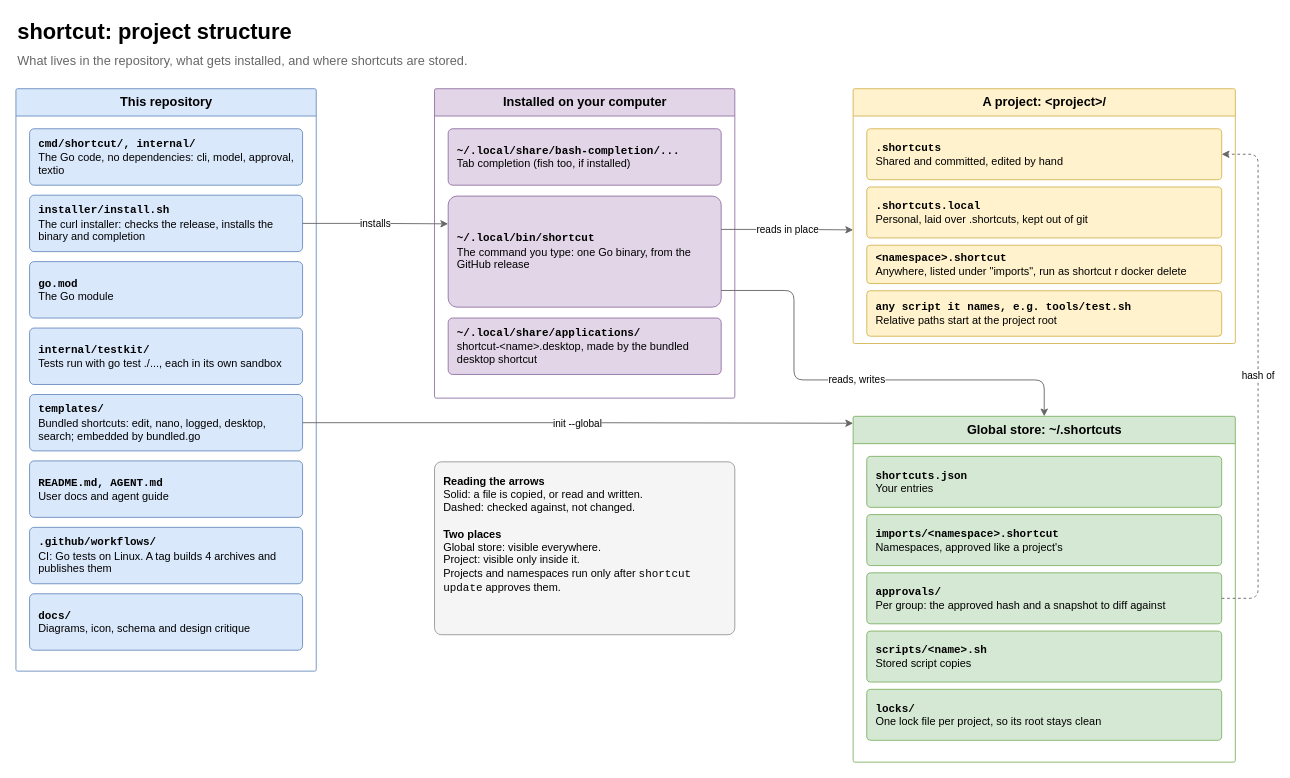
Before: page "1 Structure" (1 of 5) of docs/shortcut-overview.drawio in StanLukuvka/Shortcut, a draw.io diagram. Source tidied: cells renumbered, new cells numbered last; positions are measured from the earlier drawing's top-left corner, leaving out a move shared by most shapes. Both pictures are drawn from the tidied source at 91%, with x=0, y=0 at pixel (15, 15).
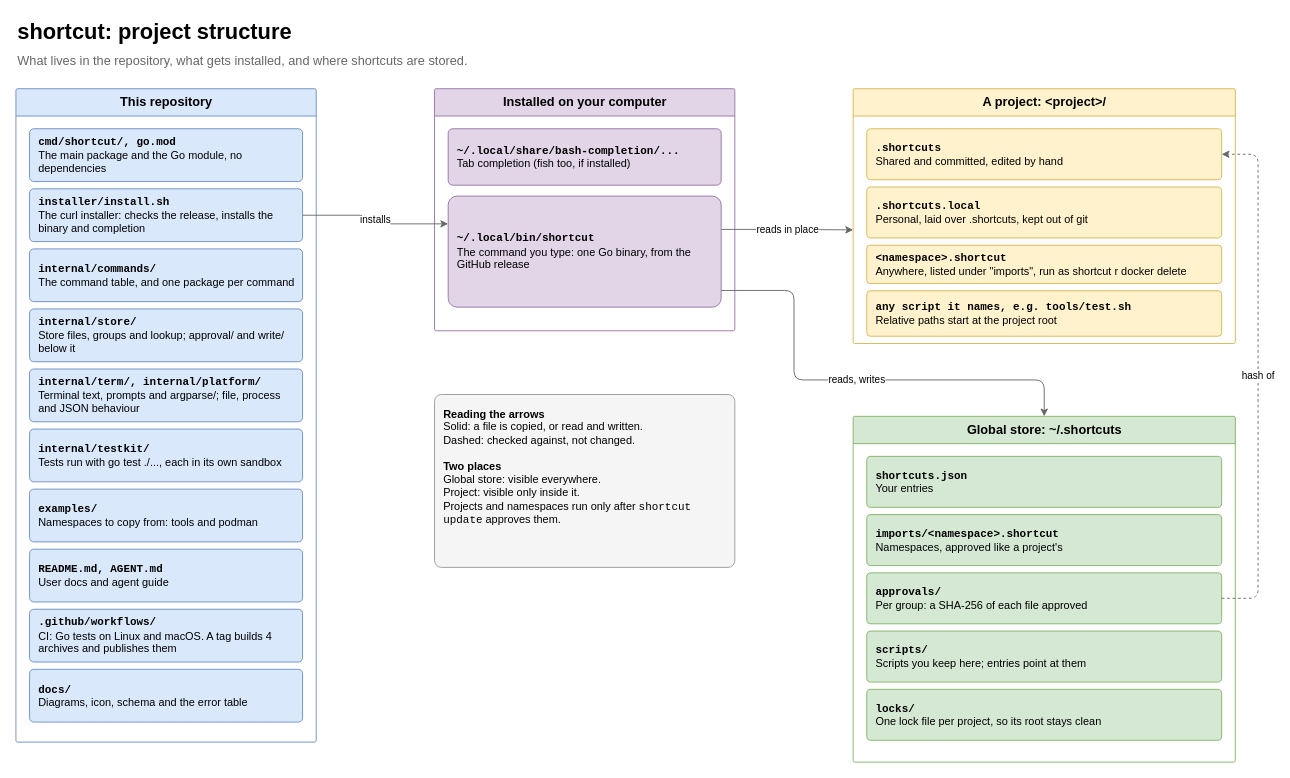
The same diagram, later.

Commit message (it also covers changes not shown here):
Update the overview diagram to the current commands, layout and CI

The change refers to these unchanged cells:
```xml
<mxCell id="22" value="&lt;b&gt;Global store: ~/.shortcuts&lt;/b&gt;" style="swimlane;startSize=30;html=1;rounded=1;arcSize=2;fontSize=14;fillColor=#d5e8d4;strokeColor=#82b366;swimlaneFillColor=none;" parent="1" vertex="1">
  <mxGeometry x="920" y="440" width="420" height="380" as="geometry" />
</mxCell>
```

Change to the diagram source:
```diff
@@
     <mxCell id="4" value="&lt;b&gt;This repository&lt;/b&gt;" style="swimlane;startSize=30;html=1;rounded=1;arcSize=2;fontSize=14;fillColor=#dae8fc;strokeColor=#6c8ebf;swimlaneFillColor=none;" parent="1" vertex="1">
-      <mxGeometry y="80" width="330" height="640" as="geometry" />
+      <mxGeometry y="80" width="330" height="718" as="geometry" />
     </mxCell>
-    <mxCell id="5" value="&lt;b&gt;&lt;font face=&quot;monospace&quot;&gt;cmd/shortcut/, internal/&lt;/font&gt;&lt;/b&gt;&lt;br&gt;The Go code, no dependencies: cli, model, approval, textio" style="rounded=1;whiteSpace=wrap;html=1;arcSize=8;fillColor=#dae8fc;strokeColor=#6c8ebf;fontSize=12;align=left;spacingLeft=8;spacingRight=6;" parent="4" vertex="1">
-      <mxGeometry x="15" y="44" width="300" height="62" as="geometry" />
+    <mxCell id="5" value="&lt;b&gt;&lt;font face=&quot;monospace&quot;&gt;cmd/shortcut/, go.mod&lt;/font&gt;&lt;/b&gt;&lt;br&gt;The main package and the Go module, no dependencies" style="rounded=1;whiteSpace=wrap;html=1;arcSize=8;fillColor=#dae8fc;strokeColor=#6c8ebf;fontSize=12;align=left;spacingLeft=8;spacingRight=6;" parent="4" vertex="1">
+      <mxGeometry x="15" y="44" width="300" height="58" as="geometry" />
     </mxCell>
+    <mxCell id="34" value="&lt;b&gt;&lt;font face=&quot;monospace&quot;&gt;internal/commands/&lt;/font&gt;&lt;/b&gt;&lt;br&gt;The command table, and one package per command" style="rounded=1;whiteSpace=wrap;html=1;arcSize=8;fillColor=#dae8fc;strokeColor=#6c8ebf;fontSize=12;align=left;spacingLeft=8;spacingRight=6;" parent="4" vertex="1">
+      <mxGeometry x="15" y="176" width="300" height="58" as="geometry" />
+    </mxCell>
     <mxCell id="6" value="&lt;b&gt;&lt;font face=&quot;monospace&quot;&gt;installer/install.sh&lt;/font&gt;&lt;/b&gt;&lt;br&gt;The curl installer: checks the release, installs the binary and completion" style="rounded=1;whiteSpace=wrap;html=1;arcSize=8;fillColor=#dae8fc;strokeColor=#6c8ebf;fontSize=12;align=left;spacingLeft=8;spacingRight=6;" parent="4" vertex="1">
-      <mxGeometry x="15" y="117" width="300" height="62" as="geometry" />
+      <mxGeometry x="15" y="110" width="300" height="58" as="geometry" />
     </mxCell>
-    <mxCell id="7" value="&lt;b&gt;&lt;font face=&quot;monospace&quot;&gt;go.mod&lt;/font&gt;&lt;/b&gt;&lt;br&gt;The Go module" style="rounded=1;whiteSpace=wrap;html=1;arcSize=8;fillColor=#dae8fc;strokeColor=#6c8ebf;fontSize=12;align=left;spacingLeft=8;spacingRight=6;" parent="4" vertex="1">
-      <mxGeometry x="15" y="190" width="300" height="62" as="geometry" />
+    <mxCell id="7" value="&lt;b&gt;&lt;font face=&quot;monospace&quot;&gt;internal/store/&lt;/font&gt;&lt;/b&gt;&lt;br&gt;Store files, groups and lookup; approval/ and write/ below it" style="rounded=1;whiteSpace=wrap;html=1;arcSize=8;fillColor=#dae8fc;strokeColor=#6c8ebf;fontSize=12;align=left;spacingLeft=8;spacingRight=6;" parent="4" vertex="1">
+      <mxGeometry x="15" y="242" width="300" height="58" as="geometry" />
     </mxCell>
     <mxCell id="8" value="&lt;b&gt;&lt;font face=&quot;monospace&quot;&gt;internal/testkit/&lt;/font&gt;&lt;/b&gt;&lt;br&gt;Tests run with go test ./..., each in its own sandbox" style="rounded=1;whiteSpace=wrap;html=1;arcSize=8;fillColor=#dae8fc;strokeColor=#6c8ebf;fontSize=12;align=left;spacingLeft=8;spacingRight=6;" parent="4" vertex="1">
-      <mxGeometry x="15" y="263" width="300" height="62" as="geometry" />
+      <mxGeometry x="15" y="374" width="300" height="58" as="geometry" />
     </mxCell>
-    <mxCell id="9" value="&lt;b&gt;&lt;font face=&quot;monospace&quot;&gt;templates/&lt;/font&gt;&lt;/b&gt;&lt;br&gt;Bundled shortcuts: edit, nano, logged, desktop, search; embedded by bundled.go" style="rounded=1;whiteSpace=wrap;html=1;arcSize=8;fillColor=#dae8fc;strokeColor=#6c8ebf;fontSize=12;align=left;spacingLeft=8;spacingRight=6;" parent="4" vertex="1">
-      <mxGeometry x="15" y="336" width="300" height="62" as="geometry" />
+    <mxCell id="9" value="&lt;b&gt;&lt;font face=&quot;monospace&quot;&gt;internal/term/, internal/platform/&lt;/font&gt;&lt;/b&gt;&lt;br&gt;Terminal text, prompts and argparse/; file, process and JSON behaviour" style="rounded=1;whiteSpace=wrap;html=1;arcSize=8;fillColor=#dae8fc;strokeColor=#6c8ebf;fontSize=12;align=left;spacingLeft=8;spacingRight=6;" parent="4" vertex="1">
+      <mxGeometry x="15" y="308" width="300" height="58" as="geometry" />
     </mxCell>
     <mxCell id="10" value="&lt;b&gt;&lt;font face=&quot;monospace&quot;&gt;README.md, AGENT.md&lt;/font&gt;&lt;/b&gt;&lt;br&gt;User docs and agent guide" style="rounded=1;whiteSpace=wrap;html=1;arcSize=8;fillColor=#dae8fc;strokeColor=#6c8ebf;fontSize=12;align=left;spacingLeft=8;spacingRight=6;" parent="4" vertex="1">
-      <mxGeometry x="15" y="409" width="300" height="62" as="geometry" />
+      <mxGeometry x="15" y="506" width="300" height="58" as="geometry" />
     </mxCell>
+    <mxCell id="35" value="&lt;b&gt;&lt;font face=&quot;monospace&quot;&gt;examples/&lt;/font&gt;&lt;/b&gt;&lt;br&gt;Namespaces to copy from: tools and podman" style="rounded=1;whiteSpace=wrap;html=1;arcSize=8;fillColor=#dae8fc;strokeColor=#6c8ebf;fontSize=12;align=left;spacingLeft=8;spacingRight=6;" parent="4" vertex="1">
+      <mxGeometry x="15" y="440" width="300" height="58" as="geometry" />
+    </mxCell>
-    <mxCell id="11" value="&lt;b&gt;&lt;font face=&quot;monospace&quot;&gt;.github/workflows/&lt;/font&gt;&lt;/b&gt;&lt;br&gt;CI: Go tests on Linux. A tag builds 4 archives and publishes them" style="rounded=1;whiteSpace=wrap;html=1;arcSize=8;fillColor=#dae8fc;strokeColor=#6c8ebf;fontSize=12;align=left;spacingLeft=8;spacingRight=6;" parent="4" vertex="1">
-      <mxGeometry x="15" y="482" width="300" height="62" as="geometry" />
+    <mxCell id="11" value="&lt;b&gt;&lt;font face=&quot;monospace&quot;&gt;.github/workflows/&lt;/font&gt;&lt;/b&gt;&lt;br&gt;CI: Go tests on Linux and macOS. A tag builds 4 archives and publishes them" style="rounded=1;whiteSpace=wrap;html=1;arcSize=8;fillColor=#dae8fc;strokeColor=#6c8ebf;fontSize=12;align=left;spacingLeft=8;spacingRight=6;" parent="4" vertex="1">
+      <mxGeometry x="15" y="572" width="300" height="58" as="geometry" />
     </mxCell>
-    <mxCell id="12" value="&lt;b&gt;&lt;font face=&quot;monospace&quot;&gt;docs/&lt;/font&gt;&lt;/b&gt;&lt;br&gt;Diagrams, icon, schema and design critique" style="rounded=1;whiteSpace=wrap;html=1;arcSize=8;fillColor=#dae8fc;strokeColor=#6c8ebf;fontSize=12;align=left;spacingLeft=8;spacingRight=6;" parent="4" vertex="1">
-      <mxGeometry x="15" y="555" width="300" height="62" as="geometry" />
+    <mxCell id="12" value="&lt;b&gt;&lt;font face=&quot;monospace&quot;&gt;docs/&lt;/font&gt;&lt;/b&gt;&lt;br&gt;Diagrams, icon, schema and the error table" style="rounded=1;whiteSpace=wrap;html=1;arcSize=8;fillColor=#dae8fc;strokeColor=#6c8ebf;fontSize=12;align=left;spacingLeft=8;spacingRight=6;" parent="4" vertex="1">
+      <mxGeometry x="15" y="638" width="300" height="58" as="geometry" />
     </mxCell>
     <mxCell id="13" value="&lt;b&gt;Installed on your computer&lt;/b&gt;" style="swimlane;startSize=30;html=1;rounded=1;arcSize=2;fontSize=14;fillColor=#e1d5e7;strokeColor=#9673a6;swimlaneFillColor=none;" parent="1" vertex="1">
-      <mxGeometry x="460" y="80" width="330" height="340" as="geometry" />
+      <mxGeometry x="460" y="80" width="330" height="266" as="geometry" />
     </mxCell>
@@
-    <mxCell id="16" value="&lt;b&gt;&lt;font face=&quot;monospace&quot;&gt;~/.local/share/applications/&lt;/font&gt;&lt;/b&gt;&lt;br&gt;shortcut-&amp;lt;name&amp;gt;.desktop, made by the bundled desktop shortcut" style="rounded=1;whiteSpace=wrap;html=1;arcSize=8;fillColor=#e1d5e7;strokeColor=#9673a6;fontSize=12;align=left;spacingLeft=8;spacingRight=6;" parent="13" vertex="1">
-      <mxGeometry x="15" y="252" width="300" height="62" as="geometry" />
-    </mxCell>
@@
-    <mxCell id="25" value="&lt;b&gt;&lt;font face=&quot;monospace&quot;&gt;approvals/&lt;/font&gt;&lt;/b&gt;&lt;br&gt;Per group: the approved hash and a snapshot to diff against" style="rounded=1;whiteSpace=wrap;html=1;arcSize=8;fillColor=#d5e8d4;strokeColor=#82b366;fontSize=12;align=left;spacingLeft=8;spacingRight=6;" parent="22" vertex="1">
+    <mxCell id="25" value="&lt;b&gt;&lt;font face=&quot;monospace&quot;&gt;approvals/&lt;/font&gt;&lt;/b&gt;&lt;br&gt;Per group: a SHA-256 of each file approved" style="rounded=1;whiteSpace=wrap;html=1;arcSize=8;fillColor=#d5e8d4;strokeColor=#82b366;fontSize=12;align=left;spacingLeft=8;spacingRight=6;" parent="22" vertex="1">
       <mxGeometry x="15" y="172" width="390" height="56" as="geometry" />
     </mxCell>
-    <mxCell id="26" value="&lt;b&gt;&lt;font face=&quot;monospace&quot;&gt;scripts/&amp;lt;name&amp;gt;.sh&lt;/font&gt;&lt;/b&gt;&lt;br&gt;Stored script copies" style="rounded=1;whiteSpace=wrap;html=1;arcSize=8;fillColor=#d5e8d4;strokeColor=#82b366;fontSize=12;align=left;spacingLeft=8;spacingRight=6;" parent="22" vertex="1">
+    <mxCell id="26" value="&lt;b&gt;&lt;font face=&quot;monospace&quot;&gt;scripts/&lt;/font&gt;&lt;/b&gt;&lt;br&gt;Scripts you keep here; entries point at them" style="rounded=1;whiteSpace=wrap;html=1;arcSize=8;fillColor=#d5e8d4;strokeColor=#82b366;fontSize=12;align=left;spacingLeft=8;spacingRight=6;" parent="22" vertex="1">
       <mxGeometry x="15" y="236" width="390" height="56" as="geometry" />
     </mxCell>
@@
     <mxCell id="28" value="&lt;b&gt;Reading the arrows&lt;/b&gt;&lt;br&gt;Solid: a file is copied, or read and written.&lt;br&gt;Dashed: checked against, not changed.&lt;br&gt;&lt;br&gt;&lt;b&gt;Two places&lt;/b&gt;&lt;br&gt;Global store: visible everywhere.&lt;br&gt;Project: visible only inside it.&lt;br&gt;Projects and namespaces run only after &lt;font face=&quot;monospace&quot;&gt;shortcut update&lt;/font&gt; approves them." style="rounded=1;whiteSpace=wrap;html=1;arcSize=4;fillColor=#f5f5f5;strokeColor=#999999;fontSize=12;align=left;verticalAlign=top;spacing=10;" parent="1" vertex="1">
-      <mxGeometry x="460" y="490" width="330" height="190" as="geometry" />
+      <mxGeometry x="460" y="416" width="330" height="190" as="geometry" />
     </mxCell>
@@
-    <mxCell id="30" value="init --global" style="edgeStyle=orthogonalEdgeStyle;rounded=1;html=1;defaultLabelBackgroundColor=page;fontSize=11;endArrow=classic;strokeColor=#666666;exitX=1;exitY=0.5;exitDx=0;exitDy=0;entryX=0;entryY=0.02;entryDx=0;entryDy=0;" parent="1" edge="1" source="9" target="22">
-      <mxGeometry relative="1" as="geometry" />
-    </mxCell>
```
